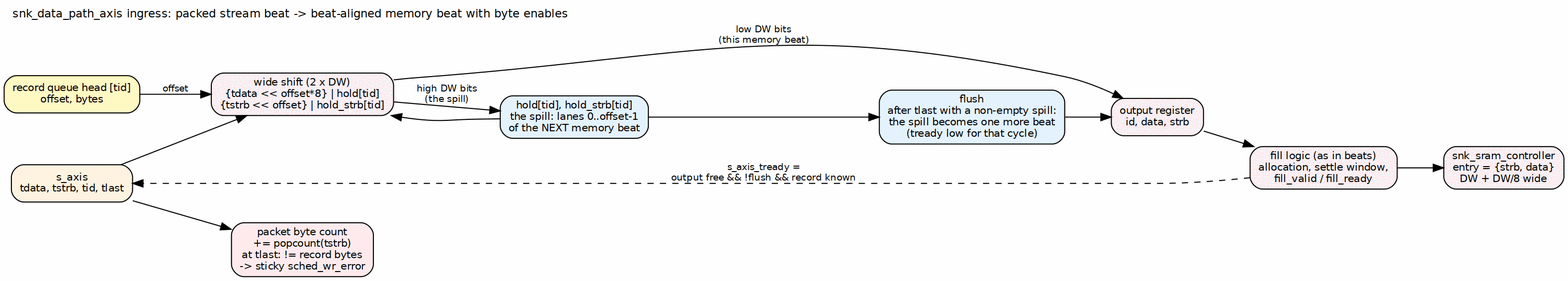
The Graphviz diagram projects/components/dma-ip/rapids/docs/rapids_mas/assets/graphviz/01_ingress_shifter.png in sean-galloway/RTLDesignSherpa, before a commit. Its source is kept beside it as projects/components/dma-ip/rapids/docs/rapids_mas/assets/graphviz/01_ingress_shifter.dot.
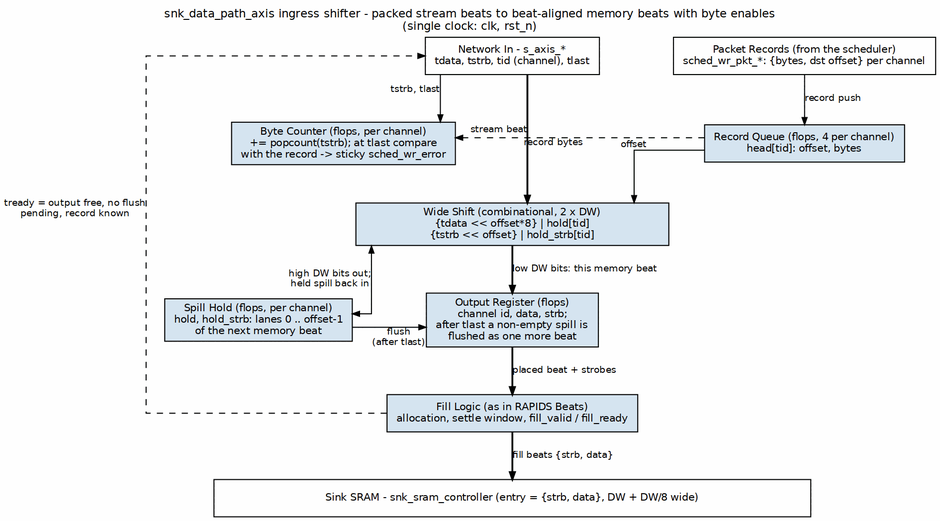
Later version of the same file.

What changed in the source:
```diff
@@ -1,26 +1,36 @@
 digraph ingress_shifter {
-    graph [rankdir=LR, fontname="Helvetica", fontsize=11, nodesep=0.35, ranksep=0.6,
-           label="snk_data_path_axis ingress: packed stream beat -> beat-aligned memory beat with byte enables", labelloc=t, labeljust=l];
-    node  [shape=box, style="rounded,filled", fillcolor="#f4f4f4", fontname="Helvetica", fontsize=10];
-    edge  [fontname="Helvetica", fontsize=9];
+    graph [rankdir=TB, bgcolor="white", fontname="Helvetica", fontsize=11,
+           nodesep="0.50", ranksep="0.50", splines=ortho,
+           label="snk_data_path_axis ingress shifter - packed stream beats to beat-aligned memory beats with byte enables\n(single clock: clk, rst_n)",
+           labelloc=t, labeljust=c];
+    node  [fontname="Helvetica", fontsize=10, shape=box, style=filled,
+           fillcolor="#D6E4F0", color="black", margin="0.12,0.06"];
+    edge  [fontname="Helvetica", fontsize=9, color="black", arrowsize=0.7];
 
-    axis  [label="s_axis\ntdata, tstrb, tid, tlast", fillcolor="#fff3e0"];
-    head  [label="record queue head [tid]\noffset, bytes", fillcolor="#fff9c4"];
-    wide  [label="wide shift (2 x DW)\n{tdata << offset*8} | hold[tid]\n{tstrb << offset} | hold_strb[tid]"];
-    hold  [label="hold[tid], hold_strb[tid]\nthe spill: lanes 0..offset-1\nof the NEXT memory beat", fillcolor="#e3f2fd"];
-    outr  [label="output register\nid, data, strb"];
-    flush [label="flush\nafter tlast with a non-empty spill:\nthe spill becomes one more beat\n(tready low for that cycle)", fillcolor="#e3f2fd"];
-    count [label="packet byte count\n+= popcount(tstrb)\nat tlast: != record bytes\n-> sticky sched_wr_error", fillcolor="#ffebee"];
-    fill  [label="fill logic (as in beats)\nallocation, settle window,\nfill_valid / fill_ready", fillcolor="#f4f4f4"];
-    sram  [label="snk_sram_controller\nentry = {strb, data}\nDW + DW/8 wide"];
+    axis  [label="Network In - s_axis_*\ntdata, tstrb, tid (channel), tlast", fillcolor="white", group=C];
+    rec   [label="Packet Records (from the scheduler)\nsched_wr_pkt_*: {bytes, dst offset} per channel", fillcolor="white", group=R];
+    pq    [label="Record Queue (flops, 4 per channel)\nhead[tid]: offset, bytes", group=R];
+    cnt   [label="Byte Counter (flops, per channel)\n+= popcount(tstrb); at tlast compare\nwith the record -> sticky sched_wr_error", group=L];
+    wide  [label="Wide Shift (combinational, 2 x DW)\n{tdata << offset*8} | hold[tid]\n{tstrb << offset} | hold_strb[tid]", width=4.2, group=C];
+    hold  [label="Spill Hold (flops, per channel)\nhold, hold_strb: lanes 0 .. offset-1\nof the next memory beat", group=R];
+    outr  [label="Output Register (flops)\nchannel id, data, strb;\nafter tlast a non-empty spill is\nflushed as one more beat", group=C];
+    fill  [label="Fill Logic (as in RAPIDS Beats)\nallocation, settle window, fill_valid / fill_ready", group=C];
+    bar   [label="Sink SRAM - snk_sram_controller (entry = {strb, data}, DW + DW/8 wide)", fillcolor="white", width=8.0, group=C];
 
-    axis -> wide;
-    head -> wide [label="offset"];
-    hold -> wide;
-    wide -> outr [label="low DW bits\n(this memory beat)"];
-    wide -> hold [label="high DW bits\n(the spill)"];
-    hold -> flush -> outr;
-    axis -> count;
-    outr -> fill -> sram;
-    fill -> axis [label="s_axis_tready =\noutput free && !flush && record known", style=dashed];
+    rec  -> pq   [label="record push"];
+    axis -> wide [xlabel="stream beat", penwidth=1.8];
+    pq   -> wide [xlabel="offset"];
+    axis -> cnt  [xlabel="tstrb, tlast"];
+    pq   -> cnt  [style=dashed, constraint=false, label="record bytes"];
+    wide -> hold [dir=both, xlabel="high DW bits out;\nheld spill back in"];
+    wide -> outr [label="low DW bits: this memory beat", penwidth=1.8];
+    hold -> outr [xlabel="flush\n(after tlast)"];
+    outr -> fill [label="placed beat + strobes", penwidth=1.8];
+    fill -> bar  [label="fill beats {strb, data}", penwidth=1.8];
+    fill -> axis [style=dashed, constraint=false, xlabel="tready = output free, no flush\npending, record known"];
+
+    { rank=same; axis; rec; }
+    axis -> rec [style=invis];
+    { rank=same; cnt; pq; }
+    { rank=same; outr; hold; }
 }
```
